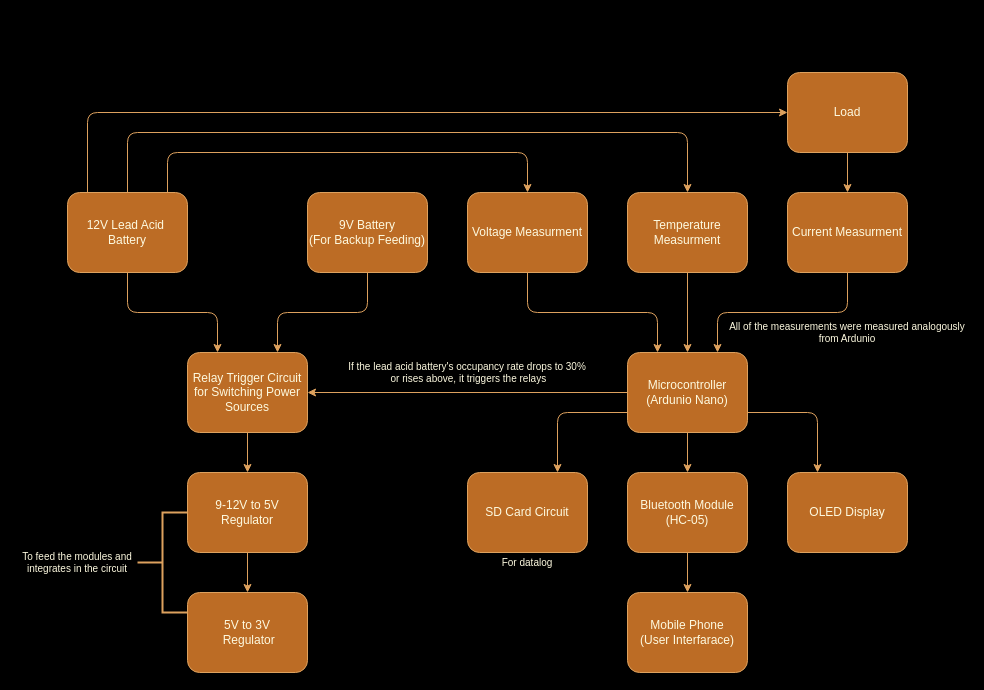
Before: Smart_Battery_Charge_Measurement_IC.drawio in BugraGulmez/Draw.io, a draw.io diagram. Source tidied: cells renumbered, new cells numbered last; positions are measured from the earlier drawing's top-left corner, leaving out a move shared by most shapes. Both pictures are drawn from the tidied source at 100%, with x=0, y=0 at pixel (17, 72).
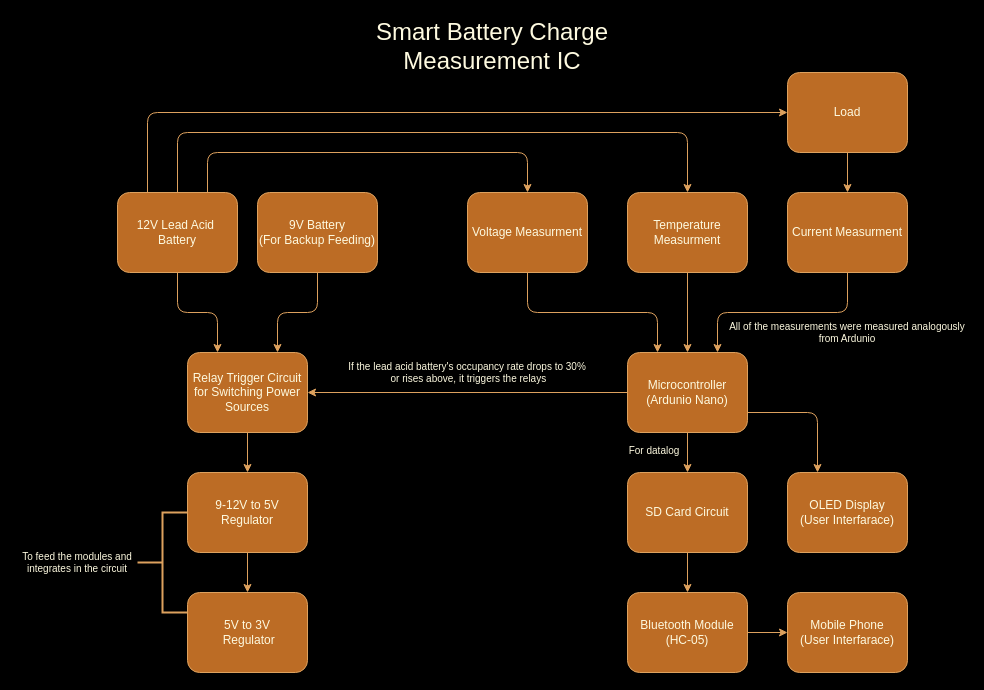
The same diagram, later.

The change refers to these unchanged cells:
```xml
<mxCell id="15" value="Microcontroller&lt;br&gt;(Ardunio Nano)" style="rounded=1;whiteSpace=wrap;html=1;labelBackgroundColor=none;fillColor=#BC6C25;strokeColor=#DDA15E;fontColor=#FEFAE0;" parent="1" vertex="1">
  <mxGeometry x="610" y="280" width="120" height="80" as="geometry" />
</mxCell>
<mxCell id="20" value="Load" style="rounded=1;whiteSpace=wrap;html=1;labelBackgroundColor=none;fillColor=#BC6C25;strokeColor=#DDA15E;fontColor=#FEFAE0;" parent="1" vertex="1">
  <mxGeometry x="770" width="120" height="80" as="geometry" />
</mxCell>
<mxCell id="22" value="Voltage Measurment" style="rounded=1;whiteSpace=wrap;html=1;labelBackgroundColor=none;fillColor=#BC6C25;strokeColor=#DDA15E;fontColor=#FEFAE0;" parent="1" vertex="1">
  <mxGeometry x="450" y="120" width="120" height="80" as="geometry" />
</mxCell>
<mxCell id="24" value="Temperature Measurment" style="rounded=1;whiteSpace=wrap;html=1;labelBackgroundColor=none;fillColor=#BC6C25;strokeColor=#DDA15E;fontColor=#FEFAE0;" parent="1" vertex="1">
  <mxGeometry x="610" y="120" width="120" height="80" as="geometry" />
</mxCell>
```

Diff of the diagram source:
```diff
@@
     <mxCell id="2" style="edgeStyle=orthogonalEdgeStyle;rounded=1;jettySize=auto;html=1;entryX=0;entryY=0.5;entryDx=0;entryDy=0;labelBackgroundColor=none;fontColor=default;strokeColor=#DDA15E;" parent="1" edge="1" source="5" target="20">
       <mxGeometry relative="1" as="geometry">
         <Array as="points">
-          <mxPoint x="70" y="40" />
+          <mxPoint x="130" y="40" />
         </Array>
       </mxGeometry>
     </mxCell>
     <mxCell id="3" style="edgeStyle=orthogonalEdgeStyle;rounded=1;jettySize=auto;html=1;entryX=0.5;entryY=0;entryDx=0;entryDy=0;labelBackgroundColor=none;fontColor=default;strokeColor=#DDA15E;" parent="1" edge="1" source="5" target="22">
       <mxGeometry relative="1" as="geometry">
         <Array as="points">
-          <mxPoint x="150" y="80" />
+          <mxPoint x="190" y="80" />
           <mxPoint x="510" y="80" />
         </Array>
       </mxGeometry>
     </mxCell>
     <mxCell id="4" style="edgeStyle=orthogonalEdgeStyle;rounded=1;jettySize=auto;html=1;entryX=0.5;entryY=0;entryDx=0;entryDy=0;labelBackgroundColor=none;fontColor=default;strokeColor=#DDA15E;" parent="1" edge="1" source="5" target="24">
       <mxGeometry relative="1" as="geometry">
         <Array as="points">
-          <mxPoint x="110" y="60" />
+          <mxPoint x="160" y="60" />
           <mxPoint x="670" y="60" />
         </Array>
       </mxGeometry>
     </mxCell>
     <mxCell id="5" value="12V Lead Acid&amp;nbsp;&lt;br&gt;Battery" style="rounded=1;whiteSpace=wrap;html=1;labelBackgroundColor=none;fillColor=#BC6C25;strokeColor=#DDA15E;fontColor=#FEFAE0;" parent="1" vertex="1">
-      <mxGeometry x="50" y="120" width="120" height="80" as="geometry" />
+      <mxGeometry x="100" y="120" width="120" height="80" as="geometry" />
     </mxCell>
     <mxCell id="6" value="9V Battery&lt;br&gt;(For Backup Feeding)" style="rounded=1;whiteSpace=wrap;html=1;labelBackgroundColor=none;fillColor=#BC6C25;strokeColor=#DDA15E;fontColor=#FEFAE0;" parent="1" vertex="1">
-      <mxGeometry x="290" y="120" width="120" height="80" as="geometry" />
+      <mxGeometry x="240" y="120" width="120" height="80" as="geometry" />
     </mxCell>
@@
-    <mxCell id="12" style="edgeStyle=orthogonalEdgeStyle;rounded=1;jettySize=auto;html=1;exitX=0;exitY=0.75;exitDx=0;exitDy=0;entryX=0.75;entryY=0;entryDx=0;entryDy=0;labelBackgroundColor=none;fontColor=default;strokeColor=#DDA15E;" parent="1" edge="1" source="15" target="29">
-      <mxGeometry relative="1" as="geometry" />
-    </mxCell>
@@
-    <mxCell id="27" style="edgeStyle=orthogonalEdgeStyle;rounded=1;jettySize=auto;html=1;entryX=0.5;entryY=0;entryDx=0;entryDy=0;labelBackgroundColor=none;fontColor=default;strokeColor=#DDA15E;" parent="1" edge="1" source="28" target="30">
-      <mxGeometry relative="1" as="geometry" />
-    </mxCell>
+    <mxCell id="37" style="edgeStyle=orthogonalEdgeStyle;rounded=0;jettySize=auto;html=1;exitX=0.5;exitY=1;exitDx=0;exitDy=0;entryX=0.5;entryY=0;entryDx=0;entryDy=0;labelBackgroundColor=none;strokeColor=#DDA15E;fontColor=default;" parent="1" edge="1" source="28" target="29">
+      <mxGeometry relative="1" as="geometry" />
+    </mxCell>
-    <mxCell id="28" value="Bluetooth Module&lt;br&gt;(HC-05)" style="rounded=1;whiteSpace=wrap;html=1;labelBackgroundColor=none;fillColor=#BC6C25;strokeColor=#DDA15E;fontColor=#FEFAE0;" parent="1" vertex="1">
+    <mxCell id="28" value="SD Card Circuit" style="rounded=1;whiteSpace=wrap;html=1;labelBackgroundColor=none;fillColor=#BC6C25;strokeColor=#DDA15E;fontColor=#FEFAE0;" parent="1" vertex="1">
       <mxGeometry x="610" y="400" width="120" height="80" as="geometry" />
     </mxCell>
+    <mxCell id="38" style="edgeStyle=orthogonalEdgeStyle;rounded=0;jettySize=auto;html=1;exitX=1;exitY=0.5;exitDx=0;exitDy=0;entryX=0;entryY=0.5;entryDx=0;entryDy=0;strokeColor=#DDA15E;labelBackgroundColor=none;fontColor=default;" parent="1" edge="1" source="29" target="30">
+      <mxGeometry relative="1" as="geometry" />
+    </mxCell>
-    <mxCell id="29" value="SD Card Circuit" style="rounded=1;whiteSpace=wrap;html=1;labelBackgroundColor=none;fillColor=#BC6C25;strokeColor=#DDA15E;fontColor=#FEFAE0;" parent="1" vertex="1">
-      <mxGeometry x="450" y="400" width="120" height="80" as="geometry" />
+    <mxCell id="29" value="Bluetooth Module&lt;br style=&quot;border-color: var(--border-color);&quot;&gt;(HC-05)" style="rounded=1;whiteSpace=wrap;html=1;labelBackgroundColor=none;fillColor=#BC6C25;strokeColor=#DDA15E;fontColor=#FEFAE0;" parent="1" vertex="1">
+      <mxGeometry x="610" y="520" width="120" height="80" as="geometry" />
     </mxCell>
     <mxCell id="30" value="Mobile Phone&lt;br&gt;(User Interfarace)" style="rounded=1;whiteSpace=wrap;html=1;labelBackgroundColor=none;fillColor=#BC6C25;strokeColor=#DDA15E;fontColor=#FEFAE0;" parent="1" vertex="1">
-      <mxGeometry x="610" y="520" width="120" height="80" as="geometry" />
+      <mxGeometry x="770" y="520" width="120" height="80" as="geometry" />
     </mxCell>
-    <mxCell id="31" value="OLED Display" style="rounded=1;whiteSpace=wrap;html=1;labelBackgroundColor=none;fillColor=#BC6C25;strokeColor=#DDA15E;fontColor=#FEFAE0;" parent="1" vertex="1">
+    <mxCell id="31" value="OLED Display&lt;br&gt;(User Interfarace)" style="rounded=1;whiteSpace=wrap;html=1;labelBackgroundColor=none;fillColor=#BC6C25;strokeColor=#DDA15E;fontColor=#FEFAE0;" parent="1" vertex="1">
       <mxGeometry x="770" y="400" width="120" height="80" as="geometry" />
     </mxCell>
@@
     <mxCell id="36" value="For datalog" style="text;whiteSpace=wrap;html=1;fontSize=10;fontFamily=Helvetica;labelBackgroundColor=none;align=center;verticalAlign=middle;rounded=1;fontColor=#FEFAE0;" parent="1" vertex="1">
-      <mxGeometry x="390" y="472.5" width="240" height="35" as="geometry" />
+      <mxGeometry x="517" y="360" width="240" height="35" as="geometry" />
     </mxCell>
+    <mxCell id="39" value="&lt;font style=&quot;font-size: 24px;&quot;&gt;Smart Battery Charge Measurement IC&lt;/font&gt;" style="text;whiteSpace=wrap;html=1;fontSize=10;fontFamily=Helvetica;labelBackgroundColor=none;align=center;verticalAlign=middle;rounded=1;fontColor=#FEFAE0;" parent="1" vertex="1">
+      <mxGeometry x="355" y="-44" width="240" height="35" as="geometry" />
+    </mxCell>
```
